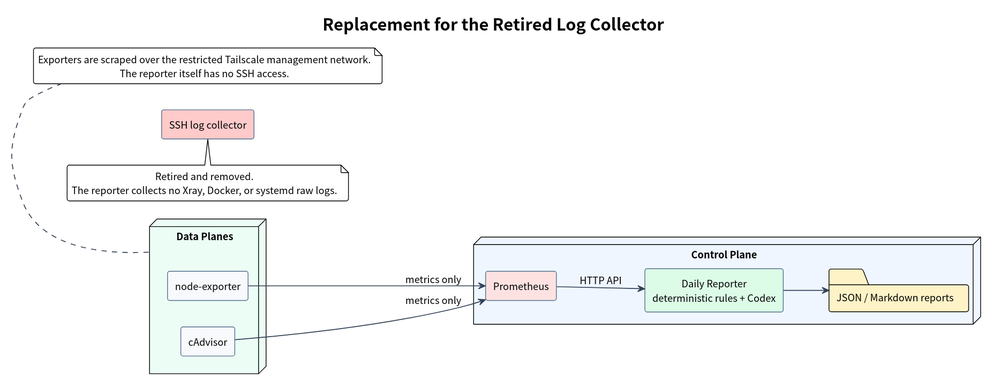
This is docs/ops-reporting/diagrams/collector-replacement.svg from i-zrhe2016/ai-routing-panel, a PlantUML export, as it was before one commit.
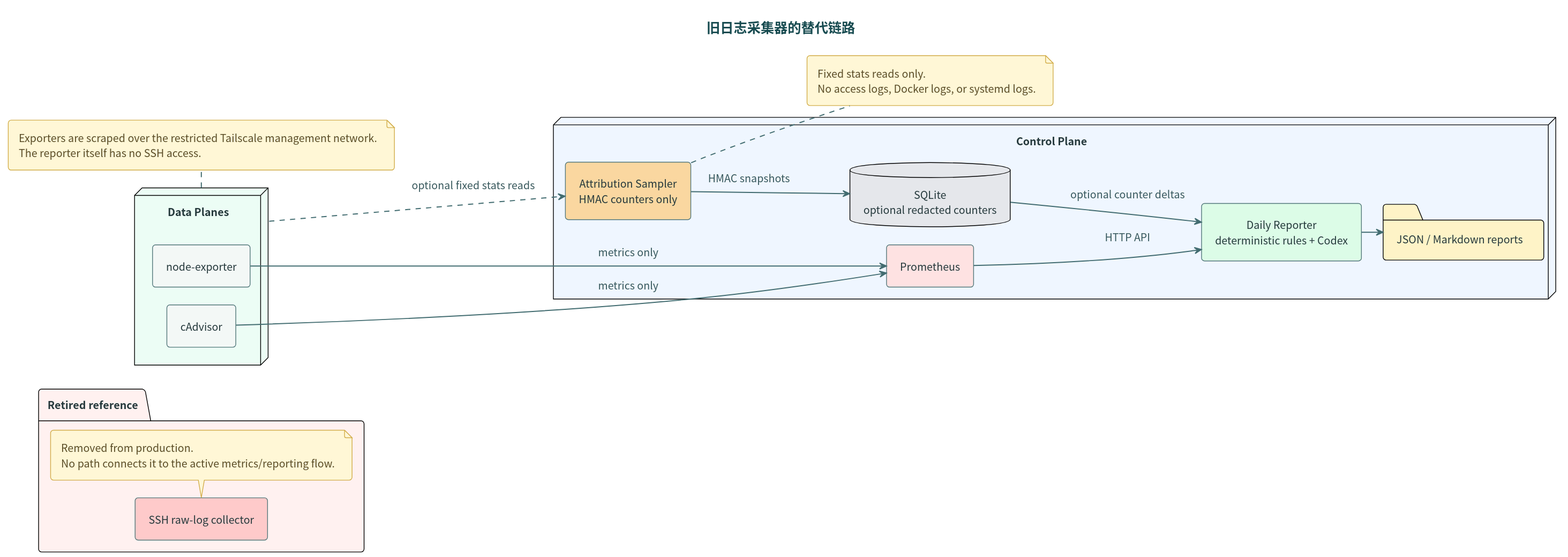
Above is the later version.

Diff of the diagram source:
```diff
@@ -2,7 +2,7 @@
 !include ../../diagrams/style.iuml
 left to right direction
 
-title Replacement for the Retired Log Collector
+title 旧日志采集器的替代链路
 
 node "Data Planes" as nodes #ECFDF5 {
   component "node-exporter" as nodeExporter
@@ -11,20 +11,31 @@
 
 node "Control Plane" as control #EFF6FF {
   component "Prometheus" as prometheus #FEE2E2
+  component "Attribution Sampler\nHMAC counters only" as sampler #FAD7A0
+  database "SQLite\noptional redacted counters" as snapshots #E5E7EB
   component "Daily Reporter\ndeterministic rules + Codex" as reporter #DCFCE7
   folder "JSON / Markdown reports" as reports #FEF3C7
 }
 
 nodeExporter --> prometheus : metrics only
 cadvisor --> prometheus : metrics only
+nodes ..> sampler : optional fixed stats reads
 prometheus --> reporter : HTTP API
+sampler --> snapshots : HMAC snapshots
+snapshots --> reporter : optional counter deltas
 reporter --> reports
 
-component "SSH log collector" as oldCollector #FECACA
-oldCollector -[hidden]-> prometheus
-note bottom of oldCollector
-  Retired and removed.
-  The reporter collects no Xray, Docker, or systemd raw logs.
+package "Retired reference" #FFF1F0 {
+  component "SSH raw-log collector" as oldCollector #FECACA
+  note bottom of oldCollector
+    Removed from production.
+    No path connects it to the active metrics/reporting flow.
+  end note
+}
+
+note right of sampler
+  Fixed stats reads only.
+  No access logs, Docker logs, or systemd logs.
 end note
 
 note bottom of nodes
```
